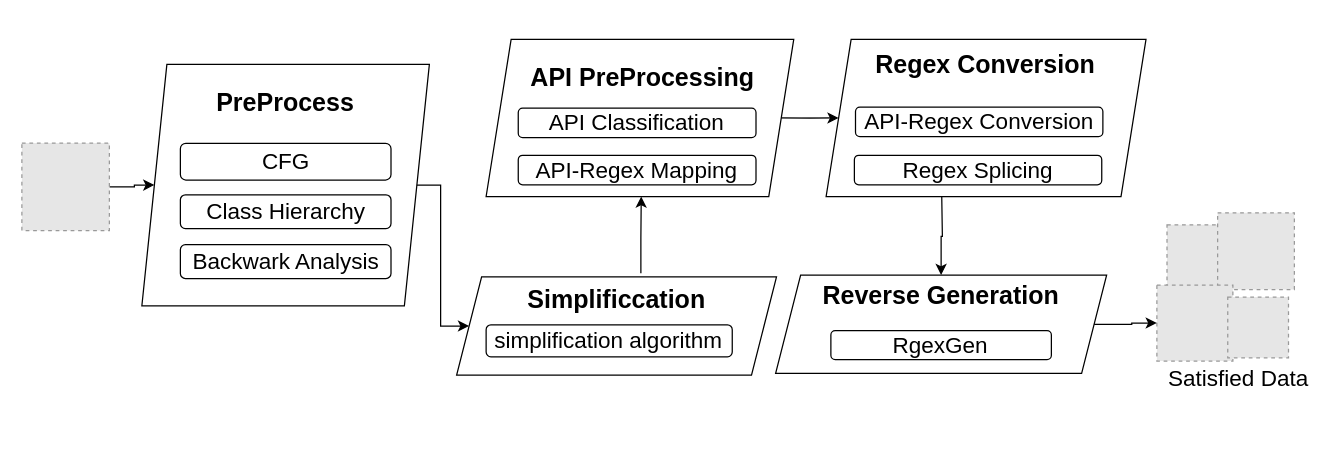
Earlier version of the draw.io diagram page "Page-1" (1 of 2) of JusStr.drawio (suoyi123wang/draw.io). Source tidied: cells renumbered, new cells numbered last; positions are measured from the earlier drawing's top-left corner, leaving out a move shared by most shapes. Both pictures are drawn from the tidied source at 125%, with x=0, y=0 at pixel (21, 39). Pictures stored in the file or linked from it are replaced by grey dashed boxes.
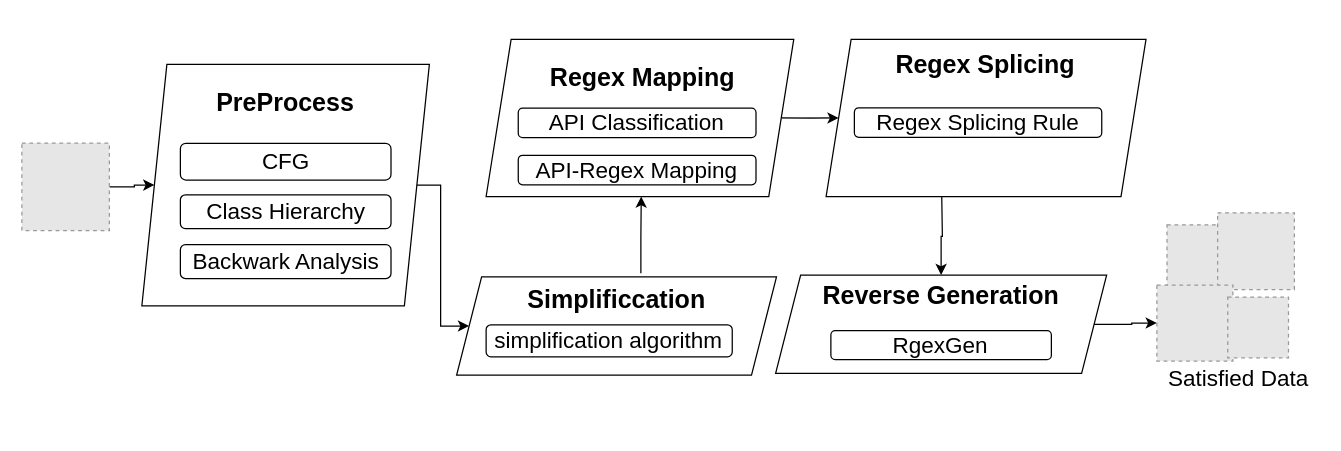
After the change.

Unchanged cells that the change refers to:
```xml
<mxCell id="8" style="group;" parent="7" vertex="1">
  <mxGeometry x="23.6" width="246.1" height="125.7" as="geometry" />
</mxCell>
<mxCell id="13" style="group;" parent="12" vertex="1">
  <mxGeometry x="-8.8" width="255.9" height="125.7" as="geometry" />
</mxCell>
```

Diff of the diagram source:
```diff
@@
-    <mxCell id="9" value="&lt;span style=&quot;font-weight: 700&quot;&gt;&lt;font&gt;&lt;br&gt;&lt;font style=&quot;font-size: 20px&quot;&gt;&amp;nbsp;API PreProcessing&lt;br&gt;&lt;/font&gt;&lt;br&gt;&lt;br&gt;&lt;br&gt;&lt;br&gt;&lt;/font&gt;&lt;/span&gt;" style="shape=parallelogram;perimeter=parallelogramPerimeter;whiteSpace=wrap;html=1;fixedSize=1;fontSize=18;" parent="8" vertex="1">
+    <mxCell id="9" value="&lt;span style=&quot;font-weight: 700&quot;&gt;&lt;font&gt;&lt;br&gt;&lt;font style=&quot;font-size: 20px&quot;&gt;&amp;nbsp;Regex Mapping&lt;br&gt;&lt;/font&gt;&lt;br&gt;&lt;br&gt;&lt;br&gt;&lt;br&gt;&lt;/font&gt;&lt;/span&gt;" style="shape=parallelogram;perimeter=parallelogramPerimeter;whiteSpace=wrap;html=1;fixedSize=1;fontSize=18;" parent="8" vertex="1">
       <mxGeometry width="246.1" height="125.7" as="geometry" />
     </mxCell>
@@
-    <mxCell id="14" value="&lt;b&gt;&lt;br&gt;&lt;font style=&quot;font-size: 20px&quot;&gt;Regex Conversion&lt;br&gt;&lt;/font&gt;&lt;br&gt;&lt;br&gt;&lt;br&gt;&lt;br&gt;&lt;br&gt;&lt;/b&gt;" style="shape=parallelogram;perimeter=parallelogramPerimeter;whiteSpace=wrap;html=1;fixedSize=1;fontSize=18;" parent="13" vertex="1">
+    <mxCell id="14" value="&lt;b&gt;&lt;br&gt;&lt;font style=&quot;font-size: 20px&quot;&gt;Regex Splicing&lt;br&gt;&lt;/font&gt;&lt;br&gt;&lt;br&gt;&lt;br&gt;&lt;br&gt;&lt;br&gt;&lt;/b&gt;" style="shape=parallelogram;perimeter=parallelogramPerimeter;whiteSpace=wrap;html=1;fixedSize=1;fontSize=18;" parent="13" vertex="1">
       <mxGeometry width="255.9" height="125.7" as="geometry" />
     </mxCell>
-    <mxCell id="15" value="API-Regex Conversion" style="rounded=1;whiteSpace=wrap;html=1;fontSize=18;" parent="13" vertex="1">
-      <mxGeometry x="23.5" y="54.2" width="197.9" height="23.6" as="geometry" />
-    </mxCell>
-    <mxCell id="16" value="Regex Splicing" style="rounded=1;whiteSpace=wrap;html=1;fontSize=18;" parent="13" vertex="1">
-      <mxGeometry x="22.6" y="92.7" width="197.9" height="23.6" as="geometry" />
+    <mxCell id="16" value="Regex Splicing Rule" style="rounded=1;whiteSpace=wrap;html=1;fontSize=18;" parent="13" vertex="1">
+      <mxGeometry x="22.6" y="54.7" width="197.9" height="23.6" as="geometry" />
     </mxCell>
```
